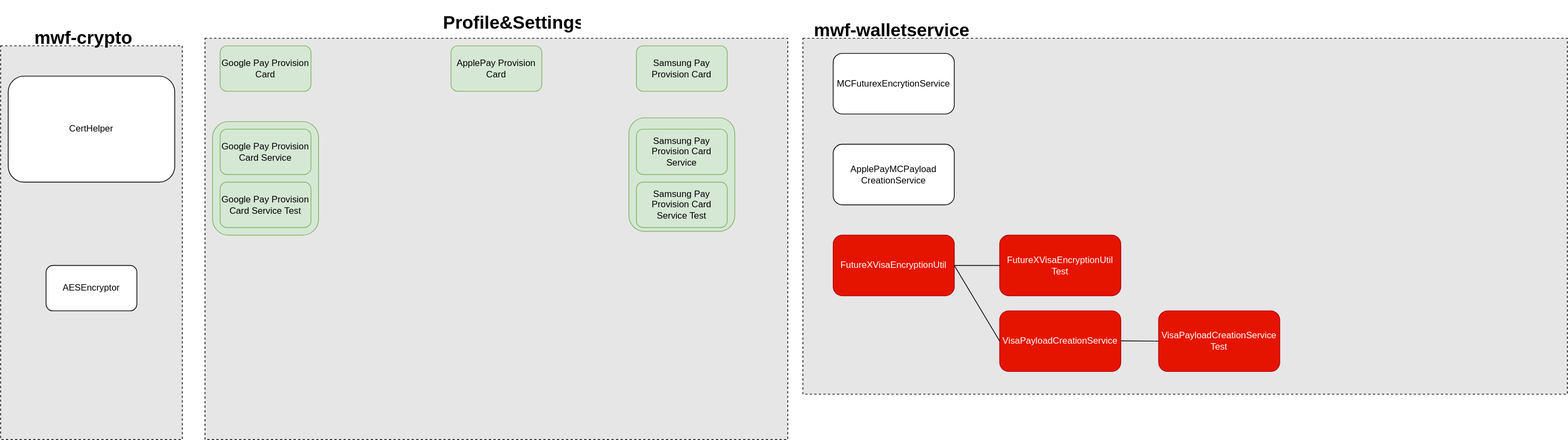
This is Work Samples/WF/Bouncy_Castle_Dependencies_Removal.drawio.svg from uchiharizvi/design-diagrams, a draw.io export, as it was before one commit. Source tidied: cells renumbered, new cells last; positions are measured from the earlier drawing's top-left corner, leaving out a move shared by most shapes.
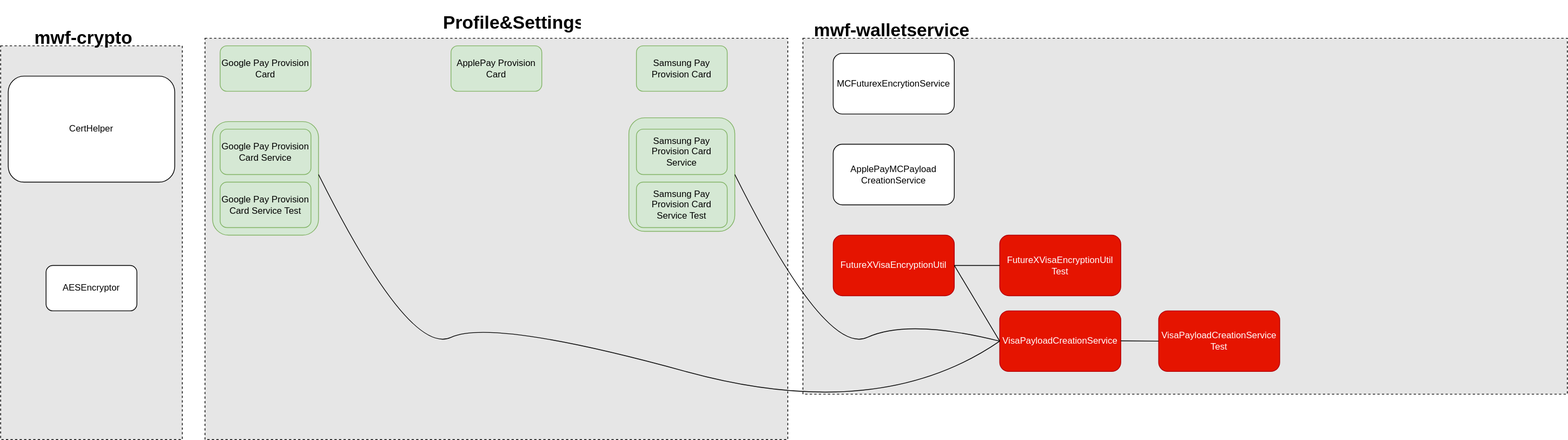
The same file after the commit.

Change to the diagram source:
```diff
@@ -82,5 +82,24 @@
     <mxCell id="27" value="Samsung Pay Provision Card Service" style="rounded=1;whiteSpace=wrap;html=1;fillColor=#d5e8d4;strokeColor=#82b366;" parent="1" vertex="1">
       <mxGeometry x="840" y="160" width="120" height="60" as="geometry" />
     </mxCell>
+    <mxCell id="28" style="curved=1;endArrow=none;html=1;rounded=0;exitX=1;exitY=0.5;exitDx=0;exitDy=0;entryX=0;entryY=0.5;entryDx=0;entryDy=0;endFill=0;" parent="1" edge="1" source="3" target="19">
+      <mxGeometry relative="1" as="geometry">
+        <Array as="points">
+          <mxPoint x="1090" y="460" />
+          <mxPoint x="1200" y="410" />
+        </Array>
+      </mxGeometry>
+    </mxCell>
+    <mxCell id="29" style="curved=1;endArrow=none;html=1;rounded=0;exitX=1;exitY=0.5;exitDx=0;exitDy=0;endFill=0;" parent="1" edge="1">
+      <mxGeometry relative="1" as="geometry">
+        <mxPoint x="420" y="220" as="sourcePoint" />
+        <mxPoint x="1320" y="440" as="targetPoint" />
+        <Array as="points">
+          <mxPoint x="540" y="460" />
+          <mxPoint x="650" y="410" />
+          <mxPoint x="1160" y="550" />
+        </Array>
+      </mxGeometry>
+    </mxCell>
   </root>
 </mxGraphModel>
```
